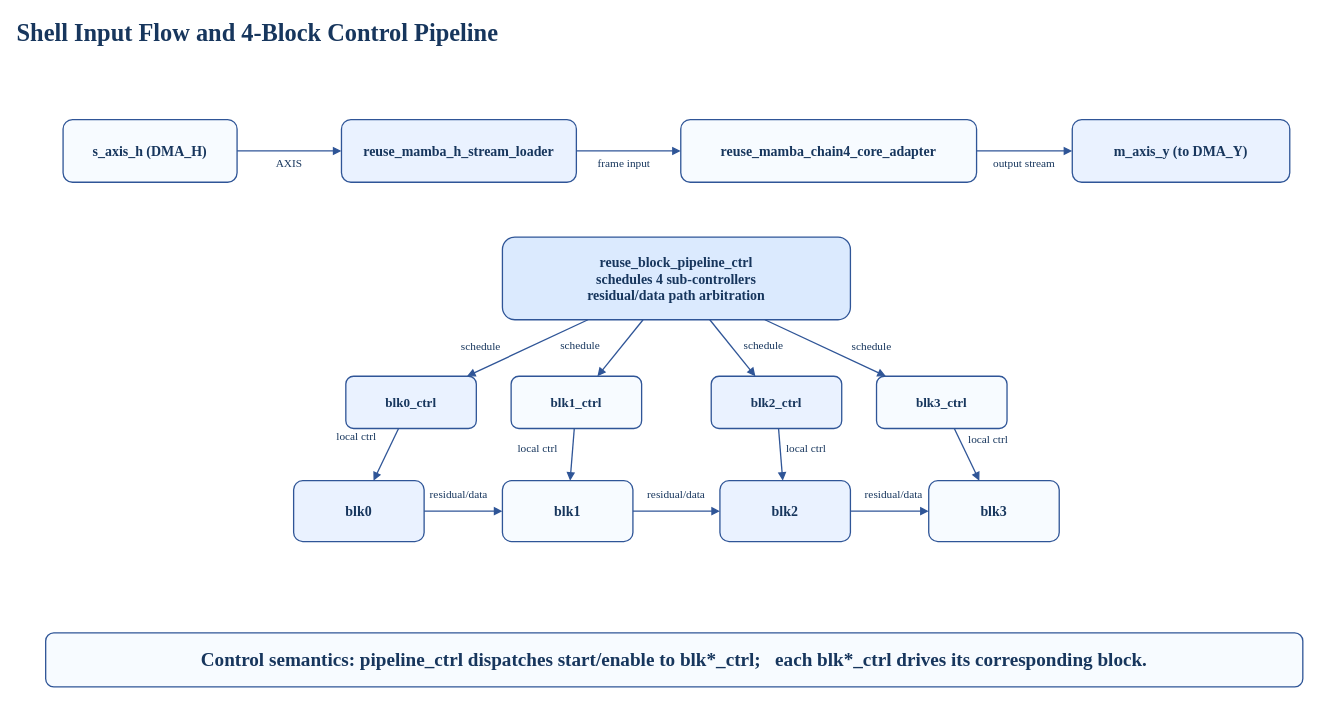
Above: page "P2 Shell Input + Block Ctrl Pipeline" (2 of 4) of docx/presentation/thesis/drawio/thesis_archi_export.drawio in Elison-debug/Cmamba_reconstruct (draw.io), before the change. Source tidied: cells renumbered, new cells numbered last; positions are measured from the earlier drawing's top-left corner, leaving out a move shared by most shapes. Both pictures are drawn from the tidied source at 87%, with x=0, y=0 at pixel (15, 15).
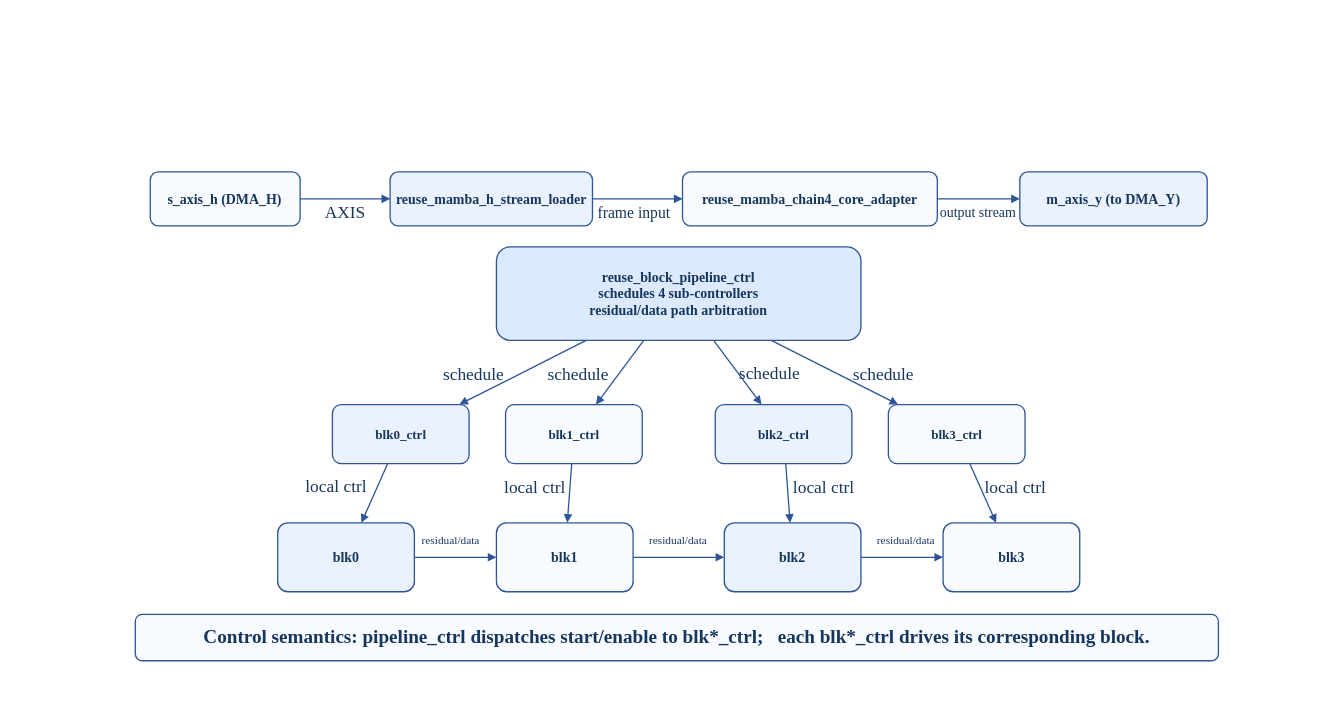
Above is the later version.

Change to the diagram source:
```diff
@@
-    <mxCell id="2" value="Shell Input Flow and 4-Block Control Pipeline" style="text;html=1;strokeColor=none;fillColor=none;align=left;verticalAlign=middle;fontFamily=Times New Roman;fontSize=28;fontStyle=1;fontColor=#17365D;" parent="1" vertex="1">
-      <mxGeometry width="920" height="40" as="geometry" />
-    </mxCell>
+    <mxCell id="31" style="group;" parent="1" vertex="1">
+      <mxGeometry x="138" y="180" width="1245" height="562" as="geometry" />
+    </mxCell>
-    <mxCell id="3" value="s_axis_h (DMA_H)" style="rounded=1;whiteSpace=wrap;html=1;strokeColor=#2F5597;fillColor=#F7FBFF;fontFamily=Times New Roman;fontSize=16;fontStyle=1;fontColor=#17365D;strokeWidth=1.5;" parent="1" vertex="1">
-      <mxGeometry x="55" y="120" width="200" height="72" as="geometry" />
+    <mxCell id="3" value="s_axis_h (DMA_H)" style="rounded=1;whiteSpace=wrap;html=1;strokeColor=#2F5597;fillColor=#F7FBFF;fontFamily=Times New Roman;fontSize=16;fontStyle=1;fontColor=#17365D;strokeWidth=1.5;" parent="31" vertex="1">
+      <mxGeometry x="17.2" width="172.3" height="62.1" as="geometry" />
     </mxCell>
-    <mxCell id="4" value="reuse_mamba_h_stream_loader" style="rounded=1;whiteSpace=wrap;html=1;strokeColor=#2F5597;fillColor=#EAF2FF;fontFamily=Times New Roman;fontSize=16;fontStyle=1;fontColor=#17365D;strokeWidth=1.5;" parent="1" vertex="1">
-      <mxGeometry x="375" y="120" width="270" height="72" as="geometry" />
+    <mxCell id="4" value="reuse_mamba_h_stream_loader" style="rounded=1;whiteSpace=wrap;html=1;strokeColor=#2F5597;fillColor=#EAF2FF;fontFamily=Times New Roman;fontSize=16;fontStyle=1;fontColor=#17365D;strokeWidth=1.5;" parent="31" vertex="1">
+      <mxGeometry x="292.9" width="232.6" height="62.1" as="geometry" />
     </mxCell>
-    <mxCell id="5" value="reuse_mamba_chain4_core_adapter" style="rounded=1;whiteSpace=wrap;html=1;strokeColor=#2F5597;fillColor=#F7FBFF;fontFamily=Times New Roman;fontSize=16;fontStyle=1;fontColor=#17365D;strokeWidth=1.5;" parent="1" vertex="1">
-      <mxGeometry x="765" y="120" width="340" height="72" as="geometry" />
+    <mxCell id="5" value="reuse_mamba_chain4_core_adapter" style="rounded=1;whiteSpace=wrap;html=1;strokeColor=#2F5597;fillColor=#F7FBFF;fontFamily=Times New Roman;fontSize=16;fontStyle=1;fontColor=#17365D;strokeWidth=1.5;" parent="31" vertex="1">
+      <mxGeometry x="629" width="292.9" height="62.1" as="geometry" />
     </mxCell>
-    <mxCell id="6" value="m_axis_y (to DMA_Y)" style="rounded=1;whiteSpace=wrap;html=1;strokeColor=#2F5597;fillColor=#EAF2FF;fontFamily=Times New Roman;fontSize=16;fontStyle=1;fontColor=#17365D;strokeWidth=1.5;" parent="1" vertex="1">
-      <mxGeometry x="1215" y="120" width="250" height="72" as="geometry" />
+    <mxCell id="6" value="m_axis_y (to DMA_Y)" style="rounded=1;whiteSpace=wrap;html=1;strokeColor=#2F5597;fillColor=#EAF2FF;fontFamily=Times New Roman;fontSize=16;fontStyle=1;fontColor=#17365D;strokeWidth=1.5;" parent="31" vertex="1">
+      <mxGeometry x="1016.7" width="215.4" height="62.1" as="geometry" />
     </mxCell>
+    <mxCell id="16" value="&lt;font style=&quot;font-size: 22px;&quot;&gt;&lt;b&gt;Control semantics: pipeline_ctrl dispatches start/enable to blk*_ctrl;&amp;nbsp; &amp;nbsp;each blk*_ctrl drives its corresponding block.&lt;/b&gt;&lt;/font&gt;" style="rounded=1;whiteSpace=wrap;html=1;strokeColor=#2F5597;fillColor=#F7FBFF;fontFamily=Times New Roman;fontSize=14;fontColor=#17365D;strokeWidth=1.5;" parent="31" vertex="1">
+      <mxGeometry y="508.6" width="1245" height="53.4" as="geometry" />
+    </mxCell>
+    <mxCell id="17" value="AXIS" style="endArrow=block;endFill=1;strokeColor=#2F5597;strokeWidth=1.5;fontFamily=Times New Roman;fontSize=20;fontColor=#17365D;labelBackgroundColor=none;labelBorderColor=none;" parent="31" edge="1" source="3" target="4">
+      <mxGeometry y="-14" relative="1" as="geometry" />
+    </mxCell>
+    <mxCell id="18" value="frame input" style="endArrow=block;endFill=1;strokeColor=#2F5597;strokeWidth=1.5;fontFamily=Times New Roman;fontSize=18;fontColor=#17365D;labelBackgroundColor=none;labelBorderColor=none;exitX=1;exitY=0.5;exitDx=0;exitDy=0;" parent="31" edge="1" source="4" target="5">
+      <mxGeometry x="-0.08" y="-14" relative="1" as="geometry" />
+    </mxCell>
+    <mxCell id="19" value="output stream" style="endArrow=block;endFill=1;strokeColor=#2F5597;strokeWidth=1.5;fontFamily=Times New Roman;fontSize=16;fontColor=#17365D;labelBackgroundColor=none;labelBorderColor=none;" parent="31" edge="1" source="5" target="6">
+      <mxGeometry y="-14" relative="1" as="geometry" />
+    </mxCell>
-    <mxCell id="7" value="reuse_block_pipeline_ctrl&#10;schedules 4 sub-controllers&#10;residual/data path arbitration" style="rounded=1;whiteSpace=wrap;html=1;strokeColor=#2F5597;fillColor=#DBEAFE;fontFamily=Times New Roman;fontSize=16;fontStyle=1;fontColor=#17365D;strokeWidth=1.5;" parent="1" vertex="1">
-      <mxGeometry x="560" y="255" width="400" height="95" as="geometry" />
+    <mxCell id="7" value="reuse_block_pipeline_ctrl&#10;schedules 4 sub-controllers&#10;residual/data path arbitration" style="rounded=1;whiteSpace=wrap;html=1;strokeColor=#2F5597;fillColor=#DBEAFE;fontFamily=Times New Roman;fontSize=16;fontStyle=1;fontColor=#17365D;strokeWidth=1.5;" parent="31" vertex="1">
+      <mxGeometry x="415.1" y="86.2" width="419" height="107.6" as="geometry" />
     </mxCell>
-    <mxCell id="8" value="blk0_ctrl" style="rounded=1;whiteSpace=wrap;html=1;strokeColor=#2F5597;fillColor=#EAF2FF;fontFamily=Times New Roman;fontSize=15;fontStyle=1;fontColor=#17365D;strokeWidth=1.5;" parent="1" vertex="1">
-      <mxGeometry x="380" y="415" width="150" height="60" as="geometry" />
+    <mxCell id="8" value="blk0_ctrl" style="rounded=1;whiteSpace=wrap;html=1;strokeColor=#2F5597;fillColor=#EAF2FF;fontFamily=Times New Roman;fontSize=15;fontStyle=1;fontColor=#17365D;strokeWidth=1.5;" parent="31" vertex="1">
+      <mxGeometry x="226.6" y="267.5" width="157.1" height="68" as="geometry" />
     </mxCell>
-    <mxCell id="9" value="blk1_ctrl" style="rounded=1;whiteSpace=wrap;html=1;strokeColor=#2F5597;fillColor=#F7FBFF;fontFamily=Times New Roman;fontSize=15;fontStyle=1;fontColor=#17365D;strokeWidth=1.5;" parent="1" vertex="1">
-      <mxGeometry x="570" y="415" width="150" height="60" as="geometry" />
+    <mxCell id="9" value="blk1_ctrl" style="rounded=1;whiteSpace=wrap;html=1;strokeColor=#2F5597;fillColor=#F7FBFF;fontFamily=Times New Roman;fontSize=15;fontStyle=1;fontColor=#17365D;strokeWidth=1.5;" parent="31" vertex="1">
+      <mxGeometry x="425.6" y="267.5" width="157.1" height="68" as="geometry" />
     </mxCell>
-    <mxCell id="10" value="blk2_ctrl" style="rounded=1;whiteSpace=wrap;html=1;strokeColor=#2F5597;fillColor=#EAF2FF;fontFamily=Times New Roman;fontSize=15;fontStyle=1;fontColor=#17365D;strokeWidth=1.5;" parent="1" vertex="1">
-      <mxGeometry x="800" y="415" width="150" height="60" as="geometry" />
+    <mxCell id="10" value="blk2_ctrl" style="rounded=1;whiteSpace=wrap;html=1;strokeColor=#2F5597;fillColor=#EAF2FF;fontFamily=Times New Roman;fontSize=15;fontStyle=1;fontColor=#17365D;strokeWidth=1.5;" parent="31" vertex="1">
+      <mxGeometry x="666.6" y="267.5" width="157.1" height="68" as="geometry" />
     </mxCell>
-    <mxCell id="11" value="blk3_ctrl" style="rounded=1;whiteSpace=wrap;html=1;strokeColor=#2F5597;fillColor=#F7FBFF;fontFamily=Times New Roman;fontSize=15;fontStyle=1;fontColor=#17365D;strokeWidth=1.5;" parent="1" vertex="1">
-      <mxGeometry x="990" y="415" width="150" height="60" as="geometry" />
+    <mxCell id="11" value="blk3_ctrl" style="rounded=1;whiteSpace=wrap;html=1;strokeColor=#2F5597;fillColor=#F7FBFF;fontFamily=Times New Roman;fontSize=15;fontStyle=1;fontColor=#17365D;strokeWidth=1.5;" parent="31" vertex="1">
+      <mxGeometry x="865.6" y="267.5" width="157.1" height="68" as="geometry" />
     </mxCell>
-    <mxCell id="12" value="blk0" style="rounded=1;whiteSpace=wrap;html=1;strokeColor=#2F5597;fillColor=#EAF2FF;fontFamily=Times New Roman;fontSize=16;fontStyle=1;fontColor=#17365D;strokeWidth=1.5;" parent="1" vertex="1">
-      <mxGeometry x="320" y="535" width="150" height="70" as="geometry" />
+    <mxCell id="12" value="blk0" style="rounded=1;whiteSpace=wrap;html=1;strokeColor=#2F5597;fillColor=#EAF2FF;fontFamily=Times New Roman;fontSize=16;fontStyle=1;fontColor=#17365D;strokeWidth=1.5;" parent="31" vertex="1">
+      <mxGeometry x="163.7" y="403.4" width="157.1" height="79.3" as="geometry" />
     </mxCell>
-    <mxCell id="13" value="blk1" style="rounded=1;whiteSpace=wrap;html=1;strokeColor=#2F5597;fillColor=#F7FBFF;fontFamily=Times New Roman;fontSize=16;fontStyle=1;fontColor=#17365D;strokeWidth=1.5;" parent="1" vertex="1">
-      <mxGeometry x="560" y="535" width="150" height="70" as="geometry" />
+    <mxCell id="13" value="blk1" style="rounded=1;whiteSpace=wrap;html=1;strokeColor=#2F5597;fillColor=#F7FBFF;fontFamily=Times New Roman;fontSize=16;fontStyle=1;fontColor=#17365D;strokeWidth=1.5;" parent="31" vertex="1">
+      <mxGeometry x="415.1" y="403.4" width="157.1" height="79.3" as="geometry" />
     </mxCell>
-    <mxCell id="14" value="blk2" style="rounded=1;whiteSpace=wrap;html=1;strokeColor=#2F5597;fillColor=#EAF2FF;fontFamily=Times New Roman;fontSize=16;fontStyle=1;fontColor=#17365D;strokeWidth=1.5;" parent="1" vertex="1">
-      <mxGeometry x="810" y="535" width="150" height="70" as="geometry" />
+    <mxCell id="14" value="blk2" style="rounded=1;whiteSpace=wrap;html=1;strokeColor=#2F5597;fillColor=#EAF2FF;fontFamily=Times New Roman;fontSize=16;fontStyle=1;fontColor=#17365D;strokeWidth=1.5;" parent="31" vertex="1">
+      <mxGeometry x="677" y="403.4" width="157.1" height="79.3" as="geometry" />
     </mxCell>
-    <mxCell id="15" value="blk3" style="rounded=1;whiteSpace=wrap;html=1;strokeColor=#2F5597;fillColor=#F7FBFF;fontFamily=Times New Roman;fontSize=16;fontStyle=1;fontColor=#17365D;strokeWidth=1.5;" parent="1" vertex="1">
-      <mxGeometry x="1050" y="535" width="150" height="70" as="geometry" />
+    <mxCell id="15" value="blk3" style="rounded=1;whiteSpace=wrap;html=1;strokeColor=#2F5597;fillColor=#F7FBFF;fontFamily=Times New Roman;fontSize=16;fontStyle=1;fontColor=#17365D;strokeWidth=1.5;" parent="31" vertex="1">
+      <mxGeometry x="928.5" y="403.4" width="157.1" height="79.3" as="geometry" />
     </mxCell>
-    <mxCell id="16" value="&lt;font style=&quot;font-size: 22px;&quot;&gt;&lt;b&gt;Control semantics: pipeline_ctrl dispatches start/enable to blk*_ctrl;&amp;nbsp; &amp;nbsp;each blk*_ctrl drives its corresponding block.&lt;/b&gt;&lt;/font&gt;" style="rounded=1;whiteSpace=wrap;html=1;strokeColor=#2F5597;fillColor=#F7FBFF;fontFamily=Times New Roman;fontSize=14;fontColor=#17365D;strokeWidth=1.5;" parent="1" vertex="1">
-      <mxGeometry x="35" y="710" width="1445" height="62" as="geometry" />
-    </mxCell>
-    <mxCell id="17" value="AXIS" style="endArrow=block;endFill=1;strokeColor=#2F5597;strokeWidth=1.5;fontFamily=Times New Roman;fontSize=13;fontColor=#17365D;labelBackgroundColor=none;labelBorderColor=none;" parent="1" edge="1" source="3" target="4">
-      <mxGeometry y="-14" relative="1" as="geometry" />
-    </mxCell>
-    <mxCell id="18" value="frame input" style="endArrow=block;endFill=1;strokeColor=#2F5597;strokeWidth=1.5;fontFamily=Times New Roman;fontSize=13;fontColor=#17365D;labelBackgroundColor=none;labelBorderColor=none;exitX=1;exitY=0.5;exitDx=0;exitDy=0;" parent="1" edge="1" source="4" target="5">
-      <mxGeometry x="-0.08" y="-14" relative="1" as="geometry" />
-    </mxCell>
-    <mxCell id="19" value="output stream" style="endArrow=block;endFill=1;strokeColor=#2F5597;strokeWidth=1.5;fontFamily=Times New Roman;fontSize=13;fontColor=#17365D;labelBackgroundColor=none;labelBorderColor=none;" parent="1" edge="1" source="5" target="6">
-      <mxGeometry y="-14" relative="1" as="geometry" />
-    </mxCell>
-    <mxCell id="20" value="schedule" style="endArrow=block;endFill=1;strokeColor=#2F5597;strokeWidth=1.5;fontFamily=Times New Roman;fontSize=13;fontColor=#17365D;labelBackgroundColor=none;labelBorderColor=none;" parent="1" edge="1" source="7" target="8">
+    <mxCell id="20" value="schedule" style="endArrow=block;endFill=1;strokeColor=#2F5597;strokeWidth=1.5;fontFamily=Times New Roman;fontSize=20;fontColor=#17365D;labelBackgroundColor=none;labelBorderColor=none;" parent="31" edge="1" source="7" target="8">
       <mxGeometry x="0.62" y="-25" relative="1" as="geometry" />
     </mxCell>
-    <mxCell id="21" value="schedule" style="endArrow=block;endFill=1;strokeColor=#2F5597;strokeWidth=1.5;fontFamily=Times New Roman;fontSize=13;fontColor=#17365D;labelBackgroundColor=none;labelBorderColor=none;" parent="1" edge="1" source="7" target="9">
+    <mxCell id="21" value="schedule" style="endArrow=block;endFill=1;strokeColor=#2F5597;strokeWidth=1.5;fontFamily=Times New Roman;fontSize=20;fontColor=#17365D;labelBackgroundColor=none;labelBorderColor=none;" parent="31" edge="1" source="7" target="9">
       <mxGeometry x="0.63" y="-39" relative="1" as="geometry">
         <mxPoint x="1" as="offset" />
       </mxGeometry>
     </mxCell>
-    <mxCell id="22" value="schedule" style="endArrow=block;endFill=1;strokeColor=#2F5597;strokeWidth=1.5;fontFamily=Times New Roman;fontSize=13;fontColor=#17365D;labelBackgroundColor=none;labelBorderColor=none;" parent="1" edge="1" source="7" target="10">
+    <mxCell id="22" value="schedule" style="endArrow=block;endFill=1;strokeColor=#2F5597;strokeWidth=1.5;fontFamily=Times New Roman;fontSize=20;fontColor=#17365D;labelBackgroundColor=none;labelBorderColor=none;" parent="31" edge="1" source="7" target="10">
       <mxGeometry x="0.48" y="31" relative="1" as="geometry">
         <mxPoint x="-1" as="offset" />
       </mxGeometry>
     </mxCell>
-    <mxCell id="23" value="schedule" style="endArrow=block;endFill=1;strokeColor=#2F5597;strokeWidth=1.5;fontFamily=Times New Roman;fontSize=13;fontColor=#17365D;labelBackgroundColor=none;labelBorderColor=none;" parent="1" edge="1" source="7" target="11">
+    <mxCell id="23" value="schedule" style="endArrow=block;endFill=1;strokeColor=#2F5597;strokeWidth=1.5;fontFamily=Times New Roman;fontSize=20;fontColor=#17365D;labelBackgroundColor=none;labelBorderColor=none;" parent="31" edge="1" source="7" target="11">
       <mxGeometry x="0.62" y="25" relative="1" as="geometry" />
     </mxCell>
-    <mxCell id="24" value="local ctrl" style="endArrow=block;endFill=1;strokeColor=#2F5597;strokeWidth=1.5;fontFamily=Times New Roman;fontSize=13;fontColor=#17365D;labelBackgroundColor=none;labelBorderColor=none;" parent="1" edge="1" source="8" target="12">
-      <mxGeometry x="-0.17" y="-40" relative="1" as="geometry" />
+    <mxCell id="24" value="local ctrl" style="endArrow=block;endFill=1;strokeColor=#2F5597;strokeWidth=1.5;fontFamily=Times New Roman;fontSize=20;fontColor=#17365D;labelBackgroundColor=none;labelBorderColor=none;" parent="31" edge="1" source="8" target="12">
+      <mxGeometry x="0.23" y="-44" relative="1" as="geometry" />
     </mxCell>
-    <mxCell id="25" value="local ctrl" style="endArrow=block;endFill=1;strokeColor=#2F5597;strokeWidth=1.5;fontFamily=Times New Roman;fontSize=13;fontColor=#17365D;labelBackgroundColor=none;labelBorderColor=none;" parent="1" edge="1" source="9" target="13">
+    <mxCell id="25" value="local ctrl" style="endArrow=block;endFill=1;strokeColor=#2F5597;strokeWidth=1.5;fontFamily=Times New Roman;fontSize=20;fontColor=#17365D;labelBackgroundColor=none;labelBorderColor=none;" parent="31" edge="1" source="9" target="13">
       <mxGeometry x="-0.17" y="-40" relative="1" as="geometry" />
     </mxCell>
-    <mxCell id="26" value="local ctrl" style="endArrow=block;endFill=1;strokeColor=#2F5597;strokeWidth=1.5;fontFamily=Times New Roman;fontSize=13;fontColor=#17365D;labelBackgroundColor=none;labelBorderColor=none;" parent="1" edge="1" source="10" target="14">
-      <mxGeometry x="-0.17" y="30" relative="1" as="geometry" />
+    <mxCell id="26" value="local ctrl" style="endArrow=block;endFill=1;strokeColor=#2F5597;strokeWidth=1.5;fontFamily=Times New Roman;fontSize=20;fontColor=#17365D;labelBackgroundColor=none;labelBorderColor=none;" parent="31" edge="1" source="10" target="14">
+      <mxGeometry x="-0.18" y="42" relative="1" as="geometry" />
     </mxCell>
-    <mxCell id="27" value="local ctrl" style="endArrow=block;endFill=1;strokeColor=#2F5597;strokeWidth=1.5;fontFamily=Times New Roman;fontSize=13;fontColor=#17365D;labelBackgroundColor=none;labelBorderColor=none;" parent="1" edge="1" source="11" target="15">
-      <mxGeometry x="-0.17" y="30" relative="1" as="geometry" />
+    <mxCell id="27" value="local ctrl" style="endArrow=block;endFill=1;strokeColor=#2F5597;strokeWidth=1.5;fontFamily=Times New Roman;fontSize=20;fontColor=#17365D;labelBackgroundColor=none;labelBorderColor=none;" parent="31" edge="1" source="11" target="15">
+      <mxGeometry x="0.18" y="38" relative="1" as="geometry" />
     </mxCell>
-    <mxCell id="28" value="residual/data" style="endArrow=block;endFill=1;strokeColor=#2F5597;strokeWidth=1.5;fontFamily=Times New Roman;fontSize=13;fontColor=#17365D;labelBackgroundColor=none;labelBorderColor=none;" parent="1" edge="1" source="12" target="13">
+    <mxCell id="28" value="residual/data" style="endArrow=block;endFill=1;strokeColor=#2F5597;strokeWidth=1.5;fontFamily=Times New Roman;fontSize=13;fontColor=#17365D;labelBackgroundColor=none;labelBorderColor=none;" parent="31" edge="1" source="12" target="13">
       <mxGeometry x="-0.11" y="20" relative="1" as="geometry" />
     </mxCell>
-    <mxCell id="29" value="residual/data" style="endArrow=block;endFill=1;strokeColor=#2F5597;strokeWidth=1.5;fontFamily=Times New Roman;fontSize=13;fontColor=#17365D;labelBackgroundColor=none;labelBorderColor=none;" parent="1" edge="1" source="13" target="14">
+    <mxCell id="29" value="residual/data" style="endArrow=block;endFill=1;strokeColor=#2F5597;strokeWidth=1.5;fontFamily=Times New Roman;fontSize=13;fontColor=#17365D;labelBackgroundColor=none;labelBorderColor=none;" parent="31" edge="1" source="13" target="14">
       <mxGeometry y="20" relative="1" as="geometry" />
     </mxCell>
-    <mxCell id="30" value="residual/data" style="endArrow=block;endFill=1;strokeColor=#2F5597;strokeWidth=1.5;fontFamily=Times New Roman;fontSize=13;fontColor=#17365D;labelBackgroundColor=none;labelBorderColor=none;" parent="1" edge="1" source="14" target="15">
+    <mxCell id="30" value="residual/data" style="endArrow=block;endFill=1;strokeColor=#2F5597;strokeWidth=1.5;fontFamily=Times New Roman;fontSize=13;fontColor=#17365D;labelBackgroundColor=none;labelBorderColor=none;" parent="31" edge="1" source="14" target="15">
       <mxGeometry x="0.11" y="20" relative="1" as="geometry" />
     </mxCell>
```
